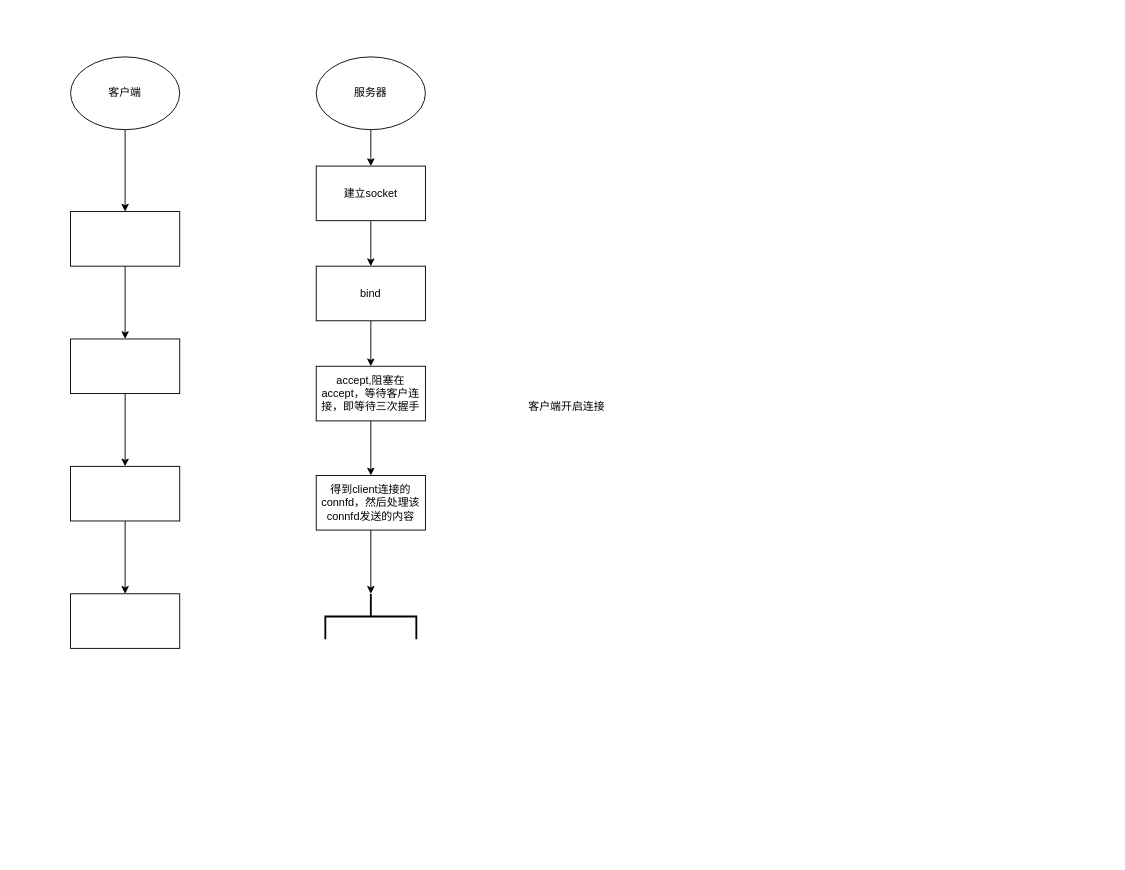
zhouzhihui12/Drawio_drawing keeps this draw.io diagram as TCP_UDP.drawio. Above is the earlier version. Source tidied: cells renumbered, new cells numbered last; positions are measured from the earlier drawing's top-left corner, leaving out a move shared by most shapes. Both pictures are drawn from the tidied source at 91%, with x=0, y=0 at pixel (70, 56).
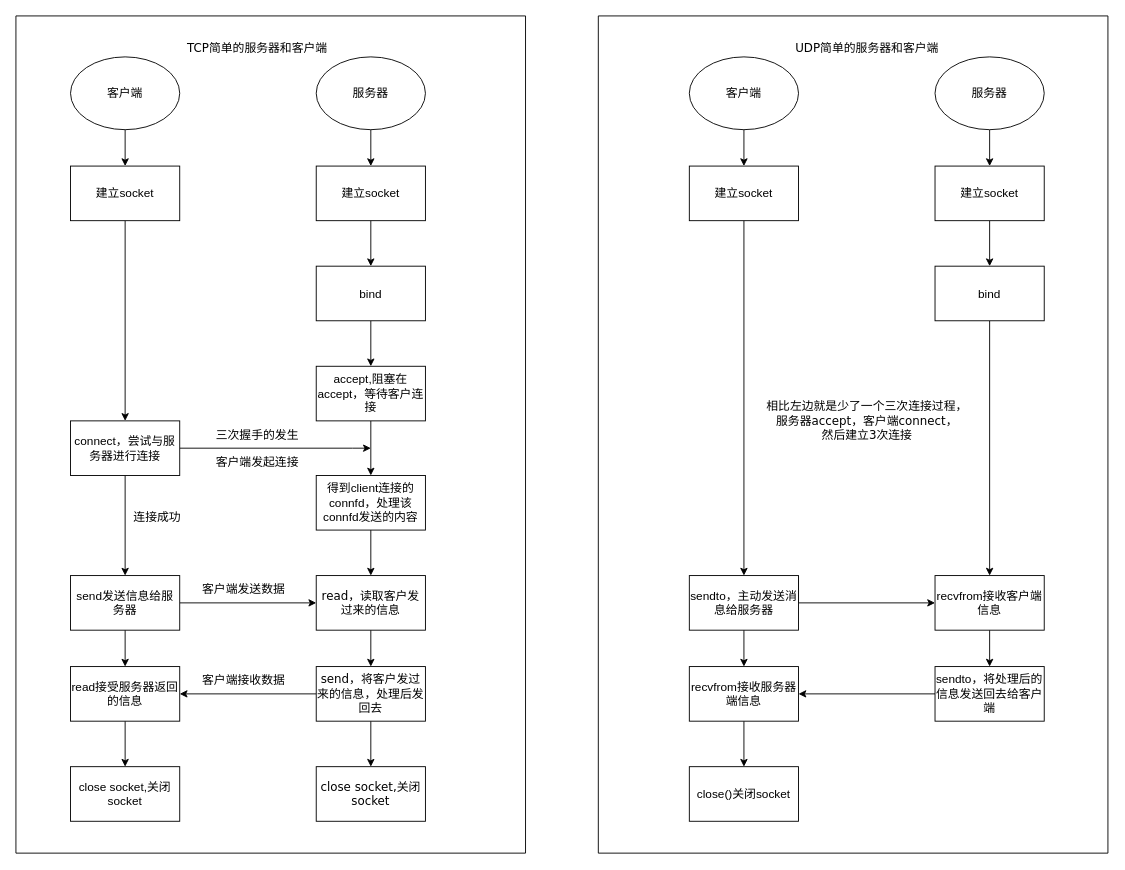
Above is the later version.

Diff of the diagram source:
```diff
@@
-    <mxCell id="2" style="edgeStyle=orthogonalEdgeStyle;rounded=0;jettySize=auto;html=1;" parent="1" edge="1" source="3" target="5">
+    <mxCell id="2" style="edgeStyle=orthogonalEdgeStyle;rounded=0;jettySize=auto;html=1;fontSize=13;" parent="1" edge="1" source="3" target="5">
       <mxGeometry relative="1" as="geometry" />
     </mxCell>
-    <mxCell id="3" value="客户端" style="ellipse;whiteSpace=wrap;html=1;" parent="1" vertex="1">
+    <mxCell id="3" value="客户端" style="ellipse;whiteSpace=wrap;html=1;fontSize=13;" parent="1" vertex="1">
       <mxGeometry width="120" height="80" as="geometry" />
     </mxCell>
-    <mxCell id="4" style="edgeStyle=orthogonalEdgeStyle;rounded=0;jettySize=auto;html=1;" parent="1" edge="1" source="5" target="7">
+    <mxCell id="4" style="edgeStyle=orthogonalEdgeStyle;rounded=0;jettySize=auto;html=1;fontSize=13;" parent="1" edge="1" source="5" target="7">
       <mxGeometry relative="1" as="geometry" />
     </mxCell>
-    <mxCell id="5" style="whiteSpace=wrap;html=1;" parent="1" vertex="1">
-      <mxGeometry y="170" width="120" height="60" as="geometry" />
+    <mxCell id="5" value="建立socket" style="whiteSpace=wrap;html=1;fontSize=13;" parent="1" vertex="1">
+      <mxGeometry y="120" width="120" height="60" as="geometry" />
     </mxCell>
-    <mxCell id="6" style="edgeStyle=orthogonalEdgeStyle;rounded=0;jettySize=auto;html=1;" parent="1" edge="1" source="7" target="9">
+    <mxCell id="6" style="edgeStyle=orthogonalEdgeStyle;rounded=0;jettySize=auto;html=1;fontSize=13;" parent="1" edge="1" source="7" target="9">
       <mxGeometry relative="1" as="geometry" />
     </mxCell>
+    <mxCell id="23" style="edgeStyle=orthogonalEdgeStyle;rounded=0;jettySize=auto;html=1;fontFamily=Verdana;fontSize=13;" parent="1" edge="1" source="7">
+      <mxGeometry relative="1" as="geometry">
+        <mxPoint x="330" y="430" as="targetPoint" />
+        <Array as="points">
+          <mxPoint x="310" y="430" />
+          <mxPoint x="310" y="430" />
+        </Array>
+      </mxGeometry>
+    </mxCell>
-    <mxCell id="7" style="whiteSpace=wrap;html=1;" parent="1" vertex="1">
-      <mxGeometry y="310" width="120" height="60" as="geometry" />
+    <mxCell id="7" value="connect，尝试与服务器进行连接" style="whiteSpace=wrap;html=1;fontSize=13;" parent="1" vertex="1">
+      <mxGeometry y="400" width="120" height="60" as="geometry" />
     </mxCell>
-    <mxCell id="8" style="edgeStyle=orthogonalEdgeStyle;rounded=0;jettySize=auto;html=1;" parent="1" edge="1" source="9" target="10">
+    <mxCell id="8" style="edgeStyle=orthogonalEdgeStyle;rounded=0;jettySize=auto;html=1;fontSize=13;" parent="1" edge="1" source="9" target="10">
       <mxGeometry relative="1" as="geometry" />
     </mxCell>
+    <mxCell id="24" style="edgeStyle=orthogonalEdgeStyle;rounded=0;jettySize=auto;html=1;fontFamily=Verdana;fontSize=13;" parent="1" edge="1" source="9" target="27">
+      <mxGeometry relative="1" as="geometry" />
+    </mxCell>
-    <mxCell id="9" style="whiteSpace=wrap;html=1;" parent="1" vertex="1">
-      <mxGeometry y="450" width="120" height="60" as="geometry" />
+    <mxCell id="9" value="send发送信息给服务器" style="whiteSpace=wrap;html=1;fontSize=13;" parent="1" vertex="1">
+      <mxGeometry y="570" width="120" height="60" as="geometry" />
     </mxCell>
+    <mxCell id="25" style="edgeStyle=orthogonalEdgeStyle;rounded=0;jettySize=auto;html=1;fontFamily=Verdana;fontSize=13;" parent="1" edge="1" source="10" target="36">
+      <mxGeometry relative="1" as="geometry" />
+    </mxCell>
-    <mxCell id="10" style="whiteSpace=wrap;html=1;" parent="1" vertex="1">
-      <mxGeometry y="590" width="120" height="60" as="geometry" />
+    <mxCell id="10" value="read接受服务器返回的信息" style="whiteSpace=wrap;html=1;fontSize=13;" parent="1" vertex="1">
+      <mxGeometry y="670" width="120" height="60" as="geometry" />
     </mxCell>
-    <mxCell id="11" style="edgeStyle=orthogonalEdgeStyle;rounded=0;jettySize=auto;html=1;" parent="1" edge="1" source="12" target="14">
+    <mxCell id="11" style="edgeStyle=orthogonalEdgeStyle;rounded=0;jettySize=auto;html=1;fontSize=13;" parent="1" edge="1" source="12" target="14">
       <mxGeometry relative="1" as="geometry" />
     </mxCell>
-    <mxCell id="12" value="服务器" style="ellipse;whiteSpace=wrap;html=1;" parent="1" vertex="1">
+    <mxCell id="12" value="服务器" style="ellipse;whiteSpace=wrap;html=1;fontSize=13;" parent="1" vertex="1">
       <mxGeometry x="270" width="120" height="80" as="geometry" />
     </mxCell>
-    <mxCell id="13" style="edgeStyle=orthogonalEdgeStyle;rounded=0;jettySize=auto;html=1;" parent="1" edge="1" source="14" target="16">
+    <mxCell id="13" style="edgeStyle=orthogonalEdgeStyle;rounded=0;jettySize=auto;html=1;fontSize=13;" parent="1" edge="1" source="14" target="16">
       <mxGeometry relative="1" as="geometry" />
     </mxCell>
-    <mxCell id="14" value="建立socket" style="whiteSpace=wrap;html=1;" parent="1" vertex="1">
+    <mxCell id="14" value="建立socket" style="whiteSpace=wrap;html=1;fontSize=13;" parent="1" vertex="1">
       <mxGeometry x="270" y="120" width="120" height="60" as="geometry" />
     </mxCell>
-    <mxCell id="15" style="edgeStyle=orthogonalEdgeStyle;rounded=0;jettySize=auto;html=1;" parent="1" edge="1" source="16" target="18">
+    <mxCell id="15" style="edgeStyle=orthogonalEdgeStyle;rounded=0;jettySize=auto;html=1;fontSize=13;" parent="1" edge="1" source="16" target="18">
       <mxGeometry relative="1" as="geometry" />
     </mxCell>
-    <mxCell id="16" value="bind" style="whiteSpace=wrap;html=1;" parent="1" vertex="1">
+    <mxCell id="16" value="bind" style="whiteSpace=wrap;html=1;fontSize=13;" parent="1" vertex="1">
       <mxGeometry x="270" y="230" width="120" height="60" as="geometry" />
     </mxCell>
-    <mxCell id="17" style="edgeStyle=orthogonalEdgeStyle;rounded=0;jettySize=auto;html=1;" parent="1" edge="1" source="18" target="21">
-      <mxGeometry relative="1" as="geometry" />
+    <mxCell id="17" style="edgeStyle=orthogonalEdgeStyle;rounded=0;jettySize=auto;html=1;fontSize=13;" parent="1" edge="1" source="18" target="21">
+      <mxGeometry relative="1" as="geometry">
+        <Array as="points">
+          <mxPoint x="330" y="410" />
+          <mxPoint x="330" y="410" />
+        </Array>
+      </mxGeometry>
     </mxCell>
-    <mxCell id="18" value="accept,阻塞在accept，等待客户连接，即等待三次握手" style="whiteSpace=wrap;html=1;" parent="1" vertex="1">
+    <mxCell id="18" value="accept,阻塞在accept，等待客户连接" style="whiteSpace=wrap;html=1;fontSize=13;" parent="1" vertex="1">
       <mxGeometry x="270" y="340" width="120" height="60" as="geometry" />
     </mxCell>
-    <mxCell id="19" value="客户端开启连接" style="text;html=1;align=center;verticalAlign=middle;strokeColor=none;fillColor=none;" parent="1" vertex="1">
-      <mxGeometry x="490" y="370" width="110" height="30" as="geometry" />
+    <mxCell id="19" value="客户端发起连接" style="text;html=1;align=center;verticalAlign=middle;strokeColor=none;fillColor=none;fontSize=13;" parent="1" vertex="1">
+      <mxGeometry x="150" y="430" width="110" height="30" as="geometry" />
     </mxCell>
-    <mxCell id="20" style="edgeStyle=orthogonalEdgeStyle;rounded=0;jettySize=auto;html=1;" parent="1" edge="1" source="21">
-      <mxGeometry relative="1" as="geometry">
-        <mxPoint x="330" y="590" as="targetPoint" />
-      </mxGeometry>
+    <mxCell id="20" style="edgeStyle=orthogonalEdgeStyle;rounded=0;jettySize=auto;html=1;entryX=0.5;entryY=0;entryDx=0;entryDy=0;fontSize=13;" parent="1" edge="1" source="21" target="27">
+      <mxGeometry relative="1" as="geometry" />
     </mxCell>
-    <mxCell id="21" value="得到client连接的connfd，然后处理该connfd发送的内容" style="whiteSpace=wrap;html=1;" parent="1" vertex="1">
+    <mxCell id="21" value="得到client连接的connfd，处理该connfd发送的内容" style="whiteSpace=wrap;html=1;fontSize=13;" parent="1" vertex="1">
       <mxGeometry x="270" y="460" width="120" height="60" as="geometry" />
     </mxCell>
-    <mxCell id="22" style="strokeWidth=2;html=1;shape=mxgraph.flowchart.annotation_2;align=left;labelPosition=right;verticalLabelPosition=middle;verticalAlign=middle;fontFamily=Verdana;direction=south;" parent="1" vertex="1">
-      <mxGeometry x="280" y="590" width="100" height="50" as="geometry" />
-    </mxCell>
+    <mxCell id="26" style="edgeStyle=orthogonalEdgeStyle;rounded=0;jettySize=auto;html=1;fontFamily=Verdana;fontSize=13;" parent="1" edge="1" source="27" target="30">
+      <mxGeometry relative="1" as="geometry" />
+    </mxCell>
+    <mxCell id="27" value="read，读取客户发过来的信息" style="rounded=0;whiteSpace=wrap;html=1;fontFamily=Verdana;fontSize=13;" parent="1" vertex="1">
+      <mxGeometry x="270" y="570" width="120" height="60" as="geometry" />
+    </mxCell>
+    <mxCell id="28" style="edgeStyle=orthogonalEdgeStyle;rounded=0;jettySize=auto;html=1;entryX=1;entryY=0.5;entryDx=0;entryDy=0;fontFamily=Verdana;fontSize=13;" parent="1" edge="1" source="30" target="10">
+      <mxGeometry relative="1" as="geometry" />
+    </mxCell>
+    <mxCell id="29" style="edgeStyle=orthogonalEdgeStyle;rounded=0;jettySize=auto;html=1;fontFamily=Verdana;fontSize=13;" parent="1" edge="1" source="30" target="35">
+      <mxGeometry relative="1" as="geometry" />
+    </mxCell>
+    <mxCell id="30" value="send，将客户发过来的信息，处理后发回去" style="whiteSpace=wrap;html=1;fontFamily=Verdana;rounded=0;fontSize=13;" parent="1" vertex="1">
+      <mxGeometry x="270" y="670" width="120" height="60" as="geometry" />
+    </mxCell>
+    <mxCell id="31" value="三次握手的发生" style="text;html=1;align=center;verticalAlign=middle;strokeColor=none;fillColor=none;fontFamily=Verdana;fontSize=13;" parent="1" vertex="1">
+      <mxGeometry x="150" y="400" width="110" height="30" as="geometry" />
+    </mxCell>
+    <mxCell id="32" value="连接成功" style="text;html=1;align=center;verticalAlign=middle;strokeColor=none;fillColor=none;fontFamily=Verdana;fontSize=13;" parent="1" vertex="1">
+      <mxGeometry x="55" y="490" width="80" height="30" as="geometry" />
+    </mxCell>
+    <mxCell id="33" value="客户端发送数据" style="text;html=1;align=center;verticalAlign=middle;strokeColor=none;fillColor=none;fontFamily=Verdana;fontSize=13;" parent="1" vertex="1">
+      <mxGeometry x="135" y="570" width="110" height="30" as="geometry" />
+    </mxCell>
+    <mxCell id="34" value="客户端接收数据" style="text;html=1;align=center;verticalAlign=middle;strokeColor=none;fillColor=none;fontFamily=Verdana;fontSize=13;" parent="1" vertex="1">
+      <mxGeometry x="135" y="670" width="110" height="30" as="geometry" />
+    </mxCell>
+    <mxCell id="35" value="close socket,关闭socket" style="whiteSpace=wrap;html=1;fontFamily=Verdana;rounded=0;fontSize=13;" parent="1" vertex="1">
+      <mxGeometry x="270" y="780" width="120" height="60" as="geometry" />
+    </mxCell>
+    <mxCell id="36" value="close socket,关闭socket" style="whiteSpace=wrap;html=1;fontSize=13;" parent="1" vertex="1">
+      <mxGeometry y="780" width="120" height="60" as="geometry" />
+    </mxCell>
+    <mxCell id="37" value="TCP简单的服务器和客户端" style="text;html=1;align=center;verticalAlign=middle;strokeColor=none;fillColor=none;fontFamily=Verdana;fontSize=13;" parent="1" vertex="1">
+      <mxGeometry x="115" y="-25" width="180" height="30" as="geometry" />
+    </mxCell>
+    <mxCell id="38" style="endArrow=none;html=1;rounded=0;fontFamily=Verdana;fontSize=13;" parent="1" edge="1">
+      <mxGeometry relative="1" as="geometry">
+        <mxPoint x="-60" y="875" as="sourcePoint" />
+        <mxPoint x="-60" y="875" as="targetPoint" />
+        <Array as="points">
+          <mxPoint x="-60" y="-45" />
+          <mxPoint x="500" y="-45" />
+          <mxPoint x="500" y="875" />
+        </Array>
+      </mxGeometry>
+    </mxCell>
+    <mxCell id="39" value="UDP简单的服务器和客户端" style="text;html=1;align=center;verticalAlign=middle;strokeColor=none;fillColor=none;fontFamily=Verdana;fontSize=13;" parent="1" vertex="1">
+      <mxGeometry x="785" y="-25" width="180" height="30" as="geometry" />
+    </mxCell>
+    <mxCell id="40" style="edgeStyle=orthogonalEdgeStyle;rounded=0;jettySize=auto;html=1;fontFamily=Verdana;fontSize=13;" parent="1" edge="1" source="41" target="45">
+      <mxGeometry relative="1" as="geometry" />
+    </mxCell>
+    <mxCell id="41" value="客户端" style="ellipse;whiteSpace=wrap;html=1;fontSize=13;" parent="1" vertex="1">
+      <mxGeometry x="680" width="120" height="80" as="geometry" />
+    </mxCell>
+    <mxCell id="42" style="edgeStyle=orthogonalEdgeStyle;rounded=0;jettySize=auto;html=1;fontFamily=Verdana;fontSize=13;" parent="1" edge="1" source="43" target="47">
+      <mxGeometry relative="1" as="geometry" />
+    </mxCell>
+    <mxCell id="43" value="服务器" style="ellipse;whiteSpace=wrap;html=1;fontSize=13;" parent="1" vertex="1">
+      <mxGeometry x="950" width="120" height="80" as="geometry" />
+    </mxCell>
+    <mxCell id="44" style="edgeStyle=orthogonalEdgeStyle;rounded=0;jettySize=auto;html=1;fontFamily=Verdana;fontSize=13;" parent="1" edge="1" source="45" target="59">
+      <mxGeometry relative="1" as="geometry" />
+    </mxCell>
+    <mxCell id="45" value="建立socket" style="whiteSpace=wrap;html=1;fontSize=13;" parent="1" vertex="1">
+      <mxGeometry x="680" y="120" width="120" height="60" as="geometry" />
+    </mxCell>
+    <mxCell id="46" style="edgeStyle=orthogonalEdgeStyle;rounded=0;jettySize=auto;html=1;fontFamily=Verdana;fontSize=13;" parent="1" edge="1" source="47" target="49">
+      <mxGeometry relative="1" as="geometry" />
+    </mxCell>
+    <mxCell id="47" value="建立socket" style="whiteSpace=wrap;html=1;fontSize=13;" parent="1" vertex="1">
+      <mxGeometry x="950" y="120" width="120" height="60" as="geometry" />
+    </mxCell>
+    <mxCell id="48" style="edgeStyle=orthogonalEdgeStyle;rounded=0;jettySize=auto;html=1;fontFamily=Verdana;fontSize=13;" parent="1" edge="1" source="49" target="51">
+      <mxGeometry relative="1" as="geometry" />
+    </mxCell>
+    <mxCell id="49" value="bind" style="whiteSpace=wrap;html=1;fontSize=13;" parent="1" vertex="1">
+      <mxGeometry x="950" y="230" width="120" height="60" as="geometry" />
+    </mxCell>
+    <mxCell id="50" style="edgeStyle=orthogonalEdgeStyle;rounded=0;jettySize=auto;html=1;fontFamily=Verdana;fontSize=13;" parent="1" edge="1" source="51" target="53">
+      <mxGeometry relative="1" as="geometry" />
+    </mxCell>
+    <mxCell id="51" value="recvfrom接收客户端信息" style="whiteSpace=wrap;html=1;fontSize=13;" parent="1" vertex="1">
+      <mxGeometry x="950" y="570" width="120" height="60" as="geometry" />
+    </mxCell>
+    <mxCell id="52" style="edgeStyle=orthogonalEdgeStyle;rounded=0;jettySize=auto;html=1;entryX=1;entryY=0.5;entryDx=0;entryDy=0;fontFamily=Verdana;fontSize=13;" parent="1" edge="1" source="53" target="57">
+      <mxGeometry relative="1" as="geometry" />
+    </mxCell>
+    <mxCell id="53" value="sendto，将处理后的信息发送回去给客户端" style="whiteSpace=wrap;html=1;fontSize=13;" parent="1" vertex="1">
+      <mxGeometry x="950" y="670" width="120" height="60" as="geometry" />
+    </mxCell>
+    <mxCell id="54" style="edgeStyle=orthogonalEdgeStyle;rounded=0;jettySize=auto;html=1;entryX=0;entryY=0.5;entryDx=0;entryDy=0;fontFamily=Verdana;fontSize=13;" parent="1" edge="1" target="51">
+      <mxGeometry relative="1" as="geometry">
+        <mxPoint x="800" y="570" as="sourcePoint" />
+        <Array as="points">
+          <mxPoint x="800" y="600" />
+        </Array>
+      </mxGeometry>
+    </mxCell>
+    <mxCell id="55" style="edgeStyle=orthogonalEdgeStyle;rounded=0;jettySize=auto;html=1;fontFamily=Verdana;startArrow=none;fontSize=13;" parent="1" edge="1" source="59" target="57">
+      <mxGeometry relative="1" as="geometry" />
+    </mxCell>
+    <mxCell id="56" style="edgeStyle=orthogonalEdgeStyle;rounded=0;jettySize=auto;html=1;fontFamily=Verdana;fontSize=13;" parent="1" edge="1" source="57" target="58">
+      <mxGeometry relative="1" as="geometry" />
+    </mxCell>
+    <mxCell id="57" value="recvfrom接收服务器端信息" style="whiteSpace=wrap;html=1;fontSize=13;" parent="1" vertex="1">
+      <mxGeometry x="680" y="670" width="120" height="60" as="geometry" />
+    </mxCell>
+    <mxCell id="58" value="close()关闭socket" style="whiteSpace=wrap;html=1;fontSize=13;" parent="1" vertex="1">
+      <mxGeometry x="680" y="780" width="120" height="60" as="geometry" />
+    </mxCell>
+    <mxCell id="59" value="sendto，主动发送消息给服务器" style="whiteSpace=wrap;html=1;fontSize=13;" parent="1" vertex="1">
+      <mxGeometry x="680" y="570" width="120" height="60" as="geometry" />
+    </mxCell>
+    <mxCell id="60" style="endArrow=none;html=1;rounded=0;fontFamily=Verdana;fontSize=13;" parent="1" edge="1">
+      <mxGeometry relative="1" as="geometry">
+        <mxPoint x="580" y="875" as="sourcePoint" />
+        <mxPoint x="580" y="875" as="targetPoint" />
+        <Array as="points">
+          <mxPoint x="580" y="-45" />
+          <mxPoint x="1140" y="-45" />
+          <mxPoint x="1140" y="875" />
+        </Array>
+      </mxGeometry>
+    </mxCell>
+    <mxCell id="61" value="相比左边就是少了一个三次连接过程，&lt;br style=&quot;font-size: 13px;&quot;&gt;服务器accept，客户端connect，&lt;br style=&quot;font-size: 13px;&quot;&gt;然后建立3次连接" style="text;html=1;align=center;verticalAlign=middle;strokeColor=none;fillColor=none;fontFamily=Verdana;fontSize=13;" parent="1" vertex="1">
+      <mxGeometry x="755" y="370" width="240" height="60" as="geometry" />
+    </mxCell>
```
